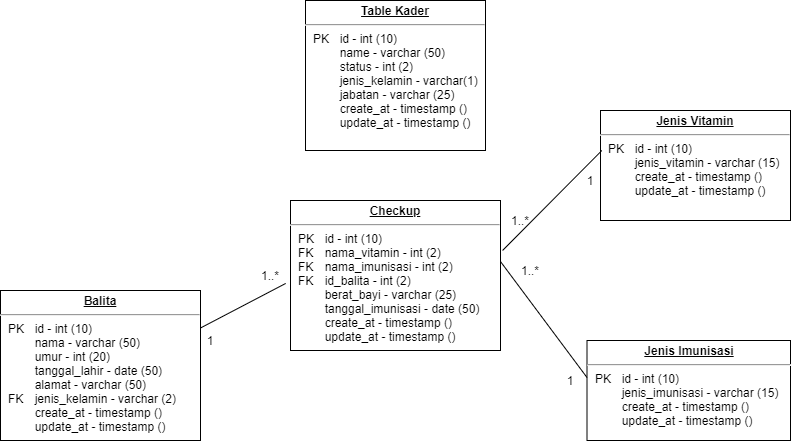
danangsptro/SI_POSYANDU keeps this draw.io diagram as Untitled Diagram.png. Above is the earlier version. Source tidied: cells renumbered, new cells last; positions are measured from the earlier drawing's top-left corner, leaving out a move shared by most shapes.
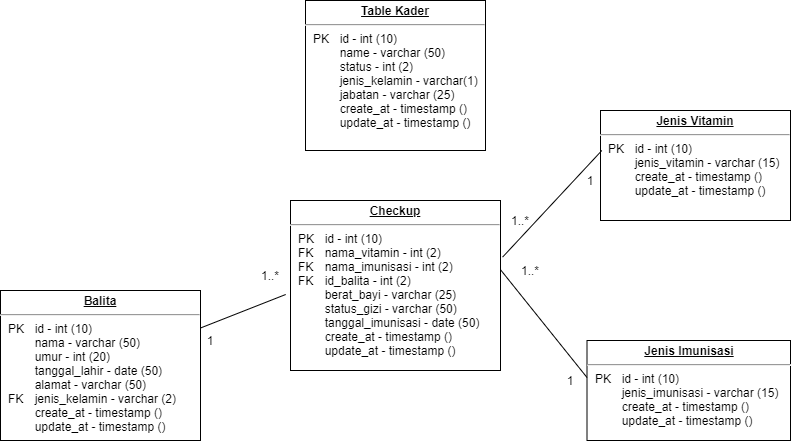
After the commit.

Diff of the diagram source:
```diff
@@ -8,8 +8,8 @@
     <mxCell id="3" value="&lt;p style=&quot;margin: 0px ; margin-top: 4px ; text-align: center ; text-decoration: underline&quot;&gt;&lt;b&gt;Balita&lt;/b&gt;&lt;/p&gt;&lt;hr&gt;&lt;p style=&quot;margin: 0px ; margin-left: 8px&quot;&gt;PK&lt;span style=&quot;white-space: pre&quot;&gt;&#9;&lt;/span&gt;id - int (10)&lt;br&gt;&lt;span style=&quot;white-space: pre&quot;&gt;&#9;&lt;/span&gt;nama - varchar (50)&lt;/p&gt;&lt;p style=&quot;margin: 0px ; margin-left: 8px&quot;&gt;&lt;span style=&quot;white-space: pre&quot;&gt;&#9;&lt;/span&gt;umur - int (20)&lt;/p&gt;&lt;p style=&quot;margin: 0px ; margin-left: 8px&quot;&gt;&lt;span style=&quot;white-space: pre&quot;&gt;&#9;&lt;/span&gt;tanggal_lahir - date (50)&lt;/p&gt;&lt;p style=&quot;margin: 0px ; margin-left: 8px&quot;&gt;&lt;span style=&quot;white-space: pre&quot;&gt;&#9;&lt;/span&gt;alamat - varchar (50)&lt;br&gt;FK&lt;span style=&quot;white-space: pre&quot;&gt;&#9;&lt;/span&gt;jenis_kelamin - varchar (2)&lt;br&gt;&lt;/p&gt;&lt;p style=&quot;margin: 0px ; margin-left: 8px&quot;&gt;&lt;span style=&quot;white-space: pre&quot;&gt;&#9;&lt;/span&gt;create_at - timestamp ()&lt;br&gt;&lt;/p&gt;&lt;p style=&quot;margin: 0px ; margin-left: 8px&quot;&gt;&lt;span style=&quot;white-space: pre&quot;&gt;&#9;&lt;/span&gt;update_at - timestamp ()&lt;br&gt;&lt;/p&gt;" style="verticalAlign=top;align=left;overflow=fill;fontSize=12;fontFamily=Helvetica;html=1;" parent="1" vertex="1">
       <mxGeometry y="290" width="200" height="150" as="geometry" />
     </mxCell>
-    <mxCell id="4" value="&lt;p style=&quot;margin: 0px ; margin-top: 4px ; text-align: center ; text-decoration: underline&quot;&gt;&lt;b&gt;Checkup&lt;/b&gt;&lt;/p&gt;&lt;hr&gt;&lt;p style=&quot;margin: 0px ; margin-left: 8px&quot;&gt;PK&lt;span&gt;&#9;&lt;span style=&quot;white-space: pre&quot;&gt;&#9;&lt;/span&gt;&lt;/span&gt;id - int (10)&lt;/p&gt;&lt;p style=&quot;margin: 0px ; margin-left: 8px&quot;&gt;FK&lt;span&gt;&#9;&lt;span style=&quot;white-space: pre&quot;&gt;&#9;&lt;/span&gt;&lt;/span&gt;nama_vitamin - int (2)&lt;br&gt;&lt;/p&gt;&lt;p style=&quot;margin: 0px 0px 0px 8px&quot;&gt;FK&lt;span&gt;&#9;&lt;span style=&quot;white-space: pre&quot;&gt;&#9;&lt;/span&gt;&lt;/span&gt;nama_imunisasi - int (2)&lt;br&gt;&lt;/p&gt;&lt;p style=&quot;margin: 0px 0px 0px 8px&quot;&gt;FK &lt;span style=&quot;white-space: pre&quot;&gt;&#9;&lt;/span&gt;id_balita - int (2)&lt;/p&gt;&lt;p style=&quot;margin: 0px 0px 0px 8px&quot;&gt;&lt;span style=&quot;white-space: pre&quot;&gt;&#9;&lt;/span&gt;berat_bayi - varchar (25)&lt;br&gt;&lt;/p&gt;&lt;p style=&quot;margin: 0px 0px 0px 8px&quot;&gt;&amp;nbsp; &amp;nbsp; &amp;nbsp;&lt;span style=&quot;white-space: pre&quot;&gt;&#9;&lt;/span&gt;tanggal_imunisasi - date (50)&lt;/p&gt;&lt;p style=&quot;margin: 0px 0px 0px 8px&quot;&gt;&lt;span style=&quot;white-space: pre&quot;&gt;&lt;span style=&quot;white-space: pre&quot;&gt;&#9;&lt;/span&gt;create_at - timestamp ()&lt;/span&gt;&lt;/p&gt;&lt;p style=&quot;margin: 0px 0px 0px 8px&quot;&gt;&lt;span style=&quot;white-space: pre&quot;&gt;&lt;span style=&quot;white-space: pre&quot;&gt;&#9;&lt;/span&gt;update_at - timestamp ()&#9;&lt;/span&gt;&lt;br&gt;&lt;/p&gt;" style="verticalAlign=top;align=left;overflow=fill;fontSize=12;fontFamily=Helvetica;html=1;" parent="1" vertex="1">
-      <mxGeometry x="290" y="200" width="210" height="150" as="geometry" />
+    <mxCell id="4" value="&lt;p style=&quot;margin: 0px ; margin-top: 4px ; text-align: center ; text-decoration: underline&quot;&gt;&lt;b&gt;Checkup&lt;/b&gt;&lt;/p&gt;&lt;hr&gt;&lt;p style=&quot;margin: 0px ; margin-left: 8px&quot;&gt;PK&lt;span&gt;&#9;&lt;span style=&quot;white-space: pre&quot;&gt;&#9;&lt;/span&gt;&lt;/span&gt;id - int (10)&lt;/p&gt;&lt;p style=&quot;margin: 0px ; margin-left: 8px&quot;&gt;FK&lt;span&gt;&#9;&lt;span style=&quot;white-space: pre&quot;&gt;&#9;&lt;/span&gt;&lt;/span&gt;nama_vitamin - int (2)&lt;br&gt;&lt;/p&gt;&lt;p style=&quot;margin: 0px 0px 0px 8px&quot;&gt;FK&lt;span&gt;&#9;&lt;span style=&quot;white-space: pre&quot;&gt;&#9;&lt;/span&gt;&lt;/span&gt;nama_imunisasi - int (2)&lt;br&gt;&lt;/p&gt;&lt;p style=&quot;margin: 0px 0px 0px 8px&quot;&gt;FK &lt;span style=&quot;white-space: pre&quot;&gt;&#9;&lt;/span&gt;id_balita - int (2)&lt;/p&gt;&lt;p style=&quot;margin: 0px 0px 0px 8px&quot;&gt;&lt;span style=&quot;white-space: pre&quot;&gt;&#9;&lt;/span&gt;berat_bayi - varchar (25)&lt;br&gt;&lt;/p&gt;&lt;p style=&quot;margin: 0px 0px 0px 8px&quot;&gt;&lt;span style=&quot;white-space: pre&quot;&gt;&#9;&lt;/span&gt;status_gizi - varchar (50)&lt;br&gt;&lt;/p&gt;&lt;p style=&quot;margin: 0px 0px 0px 8px&quot;&gt;&amp;nbsp; &amp;nbsp; &amp;nbsp;&lt;span style=&quot;white-space: pre&quot;&gt;&#9;&lt;/span&gt;tanggal_imunisasi - date (50)&lt;/p&gt;&lt;p style=&quot;margin: 0px 0px 0px 8px&quot;&gt;&lt;span style=&quot;white-space: pre&quot;&gt;&lt;span style=&quot;white-space: pre&quot;&gt;&#9;&lt;/span&gt;create_at - timestamp ()&lt;/span&gt;&lt;/p&gt;&lt;p style=&quot;margin: 0px 0px 0px 8px&quot;&gt;&lt;span style=&quot;white-space: pre&quot;&gt;&lt;span style=&quot;white-space: pre&quot;&gt;&#9;&lt;/span&gt;update_at - timestamp ()&#9;&lt;/span&gt;&lt;br&gt;&lt;/p&gt;" style="verticalAlign=top;align=left;overflow=fill;fontSize=12;fontFamily=Helvetica;html=1;" parent="1" vertex="1">
+      <mxGeometry x="290" y="200" width="210" height="170" as="geometry" />
     </mxCell>
     <mxCell id="5" value="&lt;p style=&quot;margin: 0px ; margin-top: 4px ; text-align: center ; text-decoration: underline&quot;&gt;&lt;b&gt;Jenis Vitamin&lt;/b&gt;&lt;/p&gt;&lt;hr&gt;&lt;p style=&quot;margin: 0px ; margin-left: 8px&quot;&gt;PK&amp;nbsp;&lt;span style=&quot;white-space: pre&quot;&gt;&#9;&lt;/span&gt;id - int (10)&lt;/p&gt;&lt;p style=&quot;margin: 0px ; margin-left: 8px&quot;&gt;&lt;span style=&quot;white-space: pre&quot;&gt;&#9;&lt;/span&gt;jenis_vitamin - varchar (15)&lt;br&gt;&lt;/p&gt;&lt;p style=&quot;margin: 0px ; margin-left: 8px&quot;&gt;&lt;span style=&quot;white-space: pre&quot;&gt;&#9;&lt;/span&gt;create_at - timestamp ()&lt;br&gt;&lt;/p&gt;&lt;p style=&quot;margin: 0px ; margin-left: 8px&quot;&gt;&lt;span style=&quot;white-space: pre&quot;&gt;&#9;&lt;/span&gt;update_at - timestamp ()&lt;br&gt;&lt;/p&gt;" style="verticalAlign=top;align=left;overflow=fill;fontSize=12;fontFamily=Helvetica;html=1;" parent="1" vertex="1">
       <mxGeometry x="600" y="110" width="190" height="110" as="geometry" />
```
